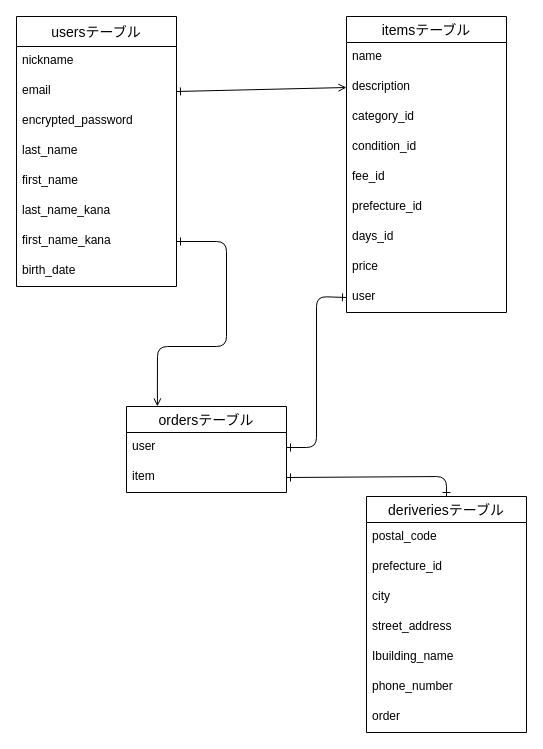
The draw.io diagram furima.dio in kin0208/furima40263, before the edit. Source tidied: cells renumbered, new cells numbered last; positions are measured from the earlier drawing's top-left corner, leaving out a move shared by most shapes. Both pictures are drawn from the tidied source at 100%, with x=0, y=0 at pixel (16, 16).
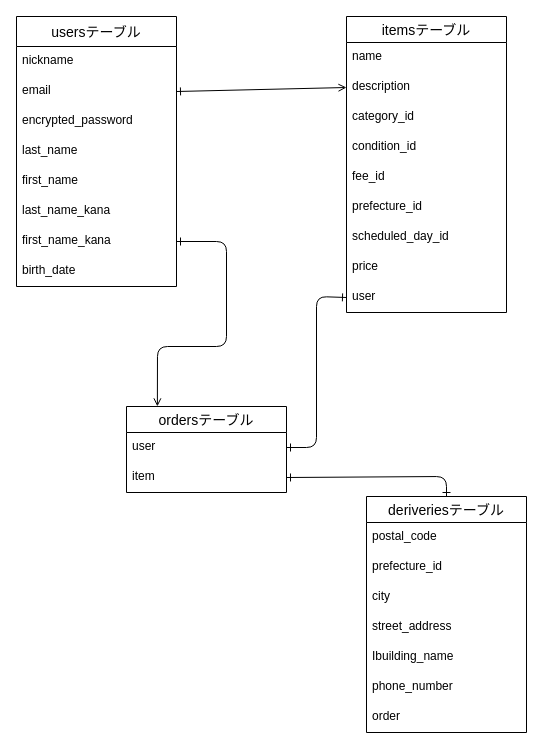
After the change.

Unchanged cells that the change refers to:
```xml
<mxCell id="11" value="itemsテーブル" style="swimlane;fontStyle=0;horizontal=1;startSize=26;align=center;fontSize=14;fontFamily=Helvetica;" parent="1" vertex="1">
  <mxGeometry x="330" width="160" height="296" as="geometry" />
</mxCell>
```

The edit, as a diff of the source:
```diff
@@
-    <mxCell id="18" value="days_id" style="text;strokeColor=none;fillColor=none;spacingLeft=4;spacingRight=4;overflow=hidden;fontSize=12;fontFamily=Helvetica;" parent="11" vertex="1">
+    <mxCell id="18" value="scheduled_day_id" style="text;strokeColor=none;fillColor=none;spacingLeft=4;spacingRight=4;overflow=hidden;fontSize=12;fontFamily=Helvetica;" parent="11" vertex="1">
       <mxGeometry y="206" width="160" height="30" as="geometry" />
     </mxCell>
```
